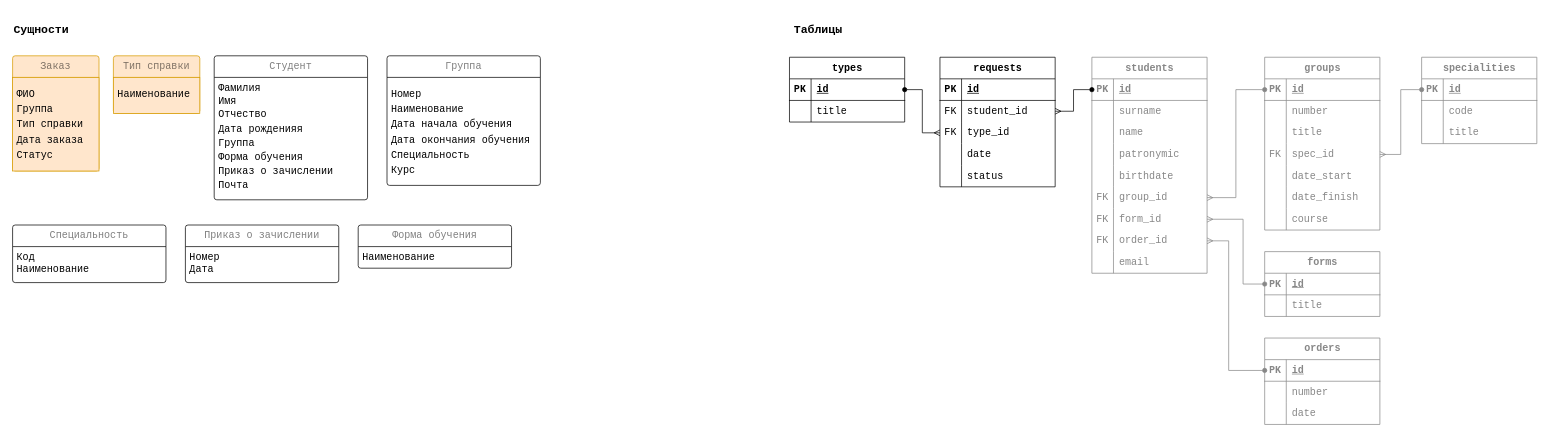
The draw.io diagram page "prima_db" (1 of 2) of docs/db.drawio in TiurinAleksandr/prima, before the edit. Source tidied: cells renumbered, new cells numbered last; positions are measured from the earlier drawing's top-left corner, leaving out a move shared by most shapes. Both pictures are drawn from the tidied source at 72%, with x=0, y=0 at pixel (12, 19).
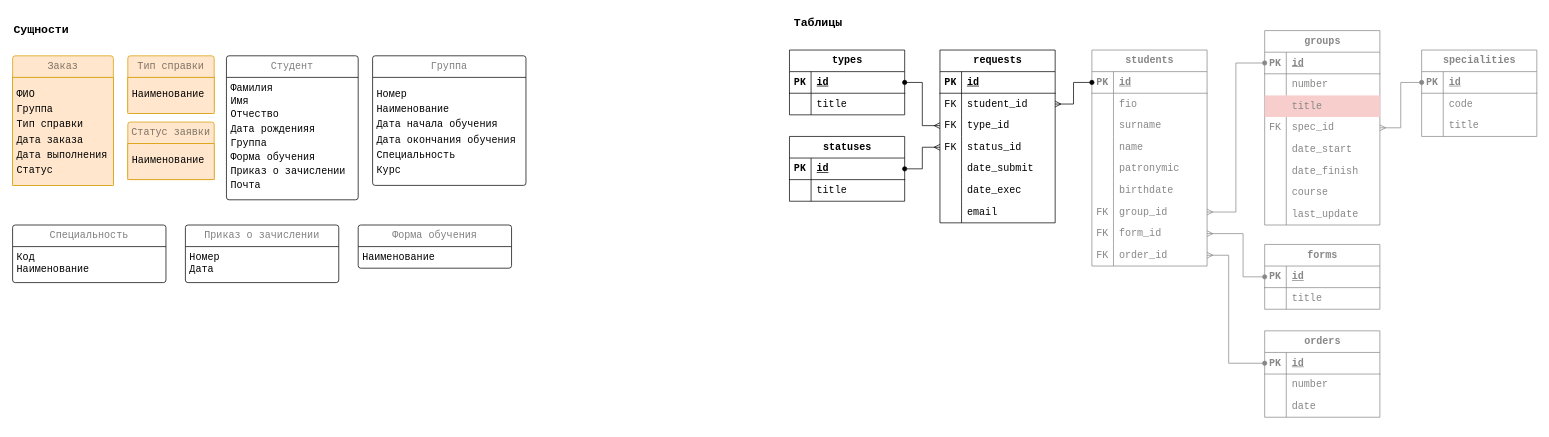
Above is the later version.

The change refers to these unchanged cells:
```xml
<mxCell id="102" style="shape=tableRow;horizontal=0;startSize=0;swimlaneHead=0;swimlaneBody=0;fillColor=none;points=[[0,0.5],[1,0.5]];portConstraint=eastwest;top=0;left=0;right=0;bottom=1;fontFamily=Courier New;fontSize=14;strokeColor=#878787;fontColor=#878787;" parent="101" vertex="1">
  <mxGeometry y="30" width="160" height="30" as="geometry" />
</mxCell>
<mxCell id="112" style="shape=tableRow;horizontal=0;startSize=0;swimlaneHead=0;swimlaneBody=0;fillColor=none;points=[[0,0.5],[1,0.5]];portConstraint=eastwest;top=0;left=0;right=0;bottom=1;fontFamily=Courier New;fontSize=14;strokeColor=#878787;fontColor=#878787;" parent="111" vertex="1">
  <mxGeometry y="30" width="160" height="30" as="geometry" />
</mxCell>
```

Change to the diagram source:
```diff
@@
     <mxCell id="2" value="requests" style="shape=table;startSize=30;childLayout=tableLayout;rowLines=0;fontStyle=1;align=center;html=1;fontFamily=Courier New;fontSize=14;" parent="1" vertex="1">
-      <mxGeometry x="1288" y="52" width="160" height="180" as="geometry" />
+      <mxGeometry x="1288" y="42" width="160" height="240" as="geometry" />
     </mxCell>
@@
+    <mxCell id="15" style="shape=tableRow;horizontal=0;startSize=0;swimlaneHead=0;swimlaneBody=0;fillColor=none;points=[[0,0.5],[1,0.5]];portConstraint=eastwest;top=0;left=0;right=0;bottom=0;fontFamily=Courier New;fontSize=14;" parent="2" vertex="1">
+      <mxGeometry y="120" width="160" height="30" as="geometry" />
+    </mxCell>
+    <mxCell id="16" value="FK" style="shape=partialRectangle;fillColor=none;top=0;left=0;bottom=0;right=0;overflow=hidden;whiteSpace=wrap;html=1;fontFamily=Courier New;fontSize=14;" parent="15" vertex="1">
+      <mxGeometry width="30" height="30" as="geometry" />
+    </mxCell>
+    <mxCell id="17" value="status_id" style="shape=partialRectangle;fillColor=none;top=0;left=0;bottom=0;right=0;align=left;spacingLeft=6;overflow=hidden;whiteSpace=wrap;html=1;fontFamily=Courier New;fontSize=14;" parent="15" vertex="1">
+      <mxGeometry x="30" width="130" height="30" as="geometry" />
+    </mxCell>
     <mxCell id="12" style="shape=tableRow;horizontal=0;startSize=0;swimlaneHead=0;swimlaneBody=0;fillColor=none;top=0;left=0;right=0;bottom=0;fontFamily=Courier New;fontSize=14;" parent="2" vertex="1">
-      <mxGeometry y="120" width="160" height="30" as="geometry" />
+      <mxGeometry y="150" width="160" height="30" as="geometry" />
     </mxCell>
@@
-    <mxCell id="14" value="date" style="shape=partialRectangle;fillColor=none;top=0;left=0;bottom=0;right=0;align=left;spacingLeft=6;overflow=hidden;whiteSpace=wrap;html=1;fontFamily=Courier New;fontSize=14;" parent="12" vertex="1">
+    <mxCell id="14" value="date_submit" style="shape=partialRectangle;fillColor=none;top=0;left=0;bottom=0;right=0;align=left;spacingLeft=6;overflow=hidden;whiteSpace=wrap;html=1;fontFamily=Courier New;fontSize=14;" parent="12" vertex="1">
       <mxGeometry x="30" width="130" height="30" as="geometry" />
     </mxCell>
-    <mxCell id="15" style="shape=tableRow;horizontal=0;startSize=0;swimlaneHead=0;swimlaneBody=0;fillColor=none;points=[[0,0.5],[1,0.5]];portConstraint=eastwest;top=0;left=0;right=0;bottom=0;fontFamily=Courier New;fontSize=14;" parent="2" vertex="1">
-      <mxGeometry y="150" width="160" height="30" as="geometry" />
-    </mxCell>
-    <mxCell id="16" style="shape=partialRectangle;fillColor=none;top=0;left=0;bottom=0;right=0;overflow=hidden;whiteSpace=wrap;html=1;fontFamily=Courier New;fontSize=14;" parent="15" vertex="1">
-      <mxGeometry width="30" height="30" as="geometry" />
-    </mxCell>
-    <mxCell id="17" value="status" style="shape=partialRectangle;fillColor=none;top=0;left=0;bottom=0;right=0;align=left;spacingLeft=6;overflow=hidden;whiteSpace=wrap;html=1;fontFamily=Courier New;fontSize=14;" parent="15" vertex="1">
-      <mxGeometry x="30" width="130" height="30" as="geometry" />
-    </mxCell>
+    <mxCell id="124" style="shape=tableRow;horizontal=0;startSize=0;swimlaneHead=0;swimlaneBody=0;fillColor=none;top=0;left=0;right=0;bottom=0;fontFamily=Courier New;fontSize=14;" parent="2" vertex="1">
+      <mxGeometry y="180" width="160" height="30" as="geometry" />
+    </mxCell>
+    <mxCell id="125" style="shape=partialRectangle;fillColor=none;top=0;left=0;bottom=0;right=0;overflow=hidden;whiteSpace=wrap;html=1;fontFamily=Courier New;fontSize=14;" parent="124" vertex="1">
+      <mxGeometry width="30" height="30" as="geometry" />
+    </mxCell>
+    <mxCell id="126" value="date_exec" style="shape=partialRectangle;fillColor=none;top=0;left=0;bottom=0;right=0;align=left;spacingLeft=6;overflow=hidden;whiteSpace=wrap;html=1;fontFamily=Courier New;fontSize=14;" parent="124" vertex="1">
+      <mxGeometry x="30" width="130" height="30" as="geometry" />
+    </mxCell>
+    <mxCell id="96" style="shape=tableRow;horizontal=0;startSize=0;swimlaneHead=0;swimlaneBody=0;fillColor=none;top=0;left=0;right=0;bottom=0;fontFamily=Courier New;fontSize=14;strokeColor=#878787;fontColor=#878787;" parent="2" vertex="1">
+      <mxGeometry y="210" width="160" height="30" as="geometry" />
+    </mxCell>
+    <mxCell id="97" style="shape=partialRectangle;fillColor=none;top=0;left=0;bottom=0;right=0;overflow=hidden;whiteSpace=wrap;html=1;fontFamily=Courier New;fontSize=14;strokeColor=#878787;fontColor=#878787;" parent="96" vertex="1">
+      <mxGeometry width="30" height="30" as="geometry" />
+    </mxCell>
+    <mxCell id="98" value="&lt;font color=&quot;#000000&quot;&gt;email&lt;/font&gt;" style="shape=partialRectangle;fillColor=none;top=0;left=0;bottom=0;right=0;align=left;spacingLeft=6;overflow=hidden;whiteSpace=wrap;html=1;fontFamily=Courier New;fontSize=14;strokeColor=#000000;fontColor=#878787;" parent="96" vertex="1">
+      <mxGeometry x="30" width="130" height="30" as="geometry" />
+    </mxCell>
     <mxCell id="18" value="Заказ" style="swimlane;horizontal=1;startSize=30;rounded=1;fontSize=14;fontStyle=0;strokeWidth=1;shadow=0;dashed=0;align=center;arcSize=4;whiteSpace=wrap;html=1;fontFamily=Courier New;labelBorderColor=none;textOpacity=50;fillColor=#ffe6cc;strokeColor=#d79b00;" parent="1" vertex="1">
-      <mxGeometry y="50" width="120" height="160" as="geometry" />
+      <mxGeometry y="50" width="140" height="180" as="geometry" />
     </mxCell>
-    <mxCell id="19" value="&lt;p style=&quot;line-height: 50%;&quot;&gt;ФИО&lt;/p&gt;&lt;p style=&quot;line-height: 50%;&quot;&gt;Группа&lt;/p&gt;&lt;p style=&quot;line-height: 50%;&quot;&gt;Тип справки&lt;/p&gt;&lt;p style=&quot;line-height: 50%;&quot;&gt;Дата заказа&lt;/p&gt;&lt;p style=&quot;line-height: 50%;&quot;&gt;Статус&lt;/p&gt;" style="align=left;strokeColor=#d79b00;fillColor=#ffe6cc;spacingLeft=4;fontSize=14;verticalAlign=top;html=1;fontFamily=Courier New;" parent="18" vertex="1">
-      <mxGeometry y="30" width="120" height="130" as="geometry" />
+    <mxCell id="19" value="&lt;p style=&quot;line-height: 50%;&quot;&gt;ФИО&lt;/p&gt;&lt;p style=&quot;line-height: 50%;&quot;&gt;Группа&lt;/p&gt;&lt;p style=&quot;line-height: 50%;&quot;&gt;Тип справки&lt;/p&gt;&lt;p style=&quot;line-height: 50%;&quot;&gt;Дата заказа&lt;/p&gt;&lt;p style=&quot;line-height: 50%;&quot;&gt;Дата выполнения&lt;/p&gt;&lt;p style=&quot;line-height: 50%;&quot;&gt;Статус&lt;/p&gt;" style="align=left;strokeColor=#d79b00;fillColor=#ffe6cc;spacingLeft=4;fontSize=14;verticalAlign=top;html=1;fontFamily=Courier New;" parent="18" vertex="1">
+      <mxGeometry y="30" width="140" height="150" as="geometry" />
     </mxCell>
@@
     <mxCell id="21" value="Тип справки" style="swimlane;horizontal=1;startSize=30;rounded=1;fontSize=14;fontStyle=0;strokeWidth=1;shadow=0;dashed=0;align=center;arcSize=4;whiteSpace=wrap;html=1;fontFamily=Courier New;labelBorderColor=none;textOpacity=50;fillColor=#ffe6cc;strokeColor=#d79b00;" parent="1" vertex="1">
-      <mxGeometry x="140" y="50" width="120" height="80" as="geometry" />
+      <mxGeometry x="160" y="50" width="120" height="80" as="geometry" />
     </mxCell>
@@
     <mxCell id="23" value="Группа" style="swimlane;horizontal=1;startSize=30;rounded=1;fontSize=14;fontStyle=0;strokeWidth=1;shadow=0;dashed=0;align=center;arcSize=4;whiteSpace=wrap;html=1;fontFamily=Courier New;labelBorderColor=none;textOpacity=50;" parent="1" vertex="1">
-      <mxGeometry x="520" y="50" width="213" height="180" as="geometry" />
+      <mxGeometry x="500" y="50" width="213" height="180" as="geometry" />
     </mxCell>
@@
     <mxCell id="27" value="Студент" style="swimlane;horizontal=1;startSize=30;rounded=1;fontSize=14;fontStyle=0;strokeWidth=1;shadow=0;dashed=0;align=center;arcSize=4;whiteSpace=wrap;html=1;fontFamily=Courier New;labelBorderColor=none;textOpacity=50;" parent="1" vertex="1">
-      <mxGeometry x="280" y="50" width="213" height="200" as="geometry" />
+      <mxGeometry x="297" y="50" width="183" height="200" as="geometry" />
     </mxCell>
     <mxCell id="28" value="Фамилия&lt;div style=&quot;line-height: 140%;&quot;&gt;Имя&lt;/div&gt;&lt;div style=&quot;line-height: 140%;&quot;&gt;Отчество&lt;/div&gt;&lt;div style=&quot;line-height: 140%;&quot;&gt;Дата рожденияя&lt;/div&gt;&lt;div style=&quot;line-height: 140%;&quot;&gt;Группа&lt;/div&gt;&lt;div style=&quot;line-height: 140%;&quot;&gt;Форма обучения&lt;/div&gt;&lt;div style=&quot;line-height: 140%;&quot;&gt;Приказ о зачислении&lt;/div&gt;&lt;div style=&quot;line-height: 140%;&quot;&gt;Почта&lt;/div&gt;" style="align=left;strokeColor=none;fillColor=none;spacingLeft=4;fontSize=14;verticalAlign=top;html=1;fontFamily=Courier New;" parent="27" vertex="1">
-      <mxGeometry y="30" width="213" height="170" as="geometry" />
+      <mxGeometry y="30" width="183" height="170" as="geometry" />
     </mxCell>
@@
     <mxCell id="31" value="Таблицы" style="text;html=1;align=center;verticalAlign=middle;whiteSpace=wrap;rounded=0;fontFamily=Courier New;fontSize=16;fontStyle=1;horizontal=1;" parent="1" vertex="1">
-      <mxGeometry x="1079" width="80" height="30" as="geometry" />
+      <mxGeometry x="1079" y="-10" width="80" height="30" as="geometry" />
     </mxCell>
     <mxCell id="32" value="types" style="shape=table;startSize=30;childLayout=tableLayout;rowLines=0;fontStyle=1;align=center;html=1;fontFamily=Courier New;fontSize=14;" parent="1" vertex="1">
-      <mxGeometry x="1079" y="52" width="160" height="90" as="geometry" />
+      <mxGeometry x="1079" y="42" width="160" height="90" as="geometry" />
     </mxCell>
@@
     <mxCell id="39" value="groups" style="shape=table;startSize=30;childLayout=tableLayout;rowLines=0;fontStyle=1;align=center;html=1;fontFamily=Courier New;fontSize=14;strokeColor=#878787;fontColor=#878787;" parent="1" vertex="1">
-      <mxGeometry x="1739" y="52" width="160" height="240" as="geometry" />
+      <mxGeometry x="1739" y="15" width="160" height="270" as="geometry" />
     </mxCell>
@@
-    <mxCell id="46" style="shape=tableRow;horizontal=0;startSize=0;swimlaneHead=0;swimlaneBody=0;fillColor=none;top=0;left=0;right=0;bottom=0;fontFamily=Courier New;fontSize=14;strokeColor=#878787;fontColor=#878787;" parent="39" vertex="1">
+    <mxCell id="46" style="shape=tableRow;horizontal=0;startSize=0;swimlaneHead=0;swimlaneBody=0;fillColor=#f8cecc;top=0;left=0;right=0;bottom=0;fontFamily=Courier New;fontSize=14;strokeColor=#b85450;" parent="39" vertex="1">
       <mxGeometry y="90" width="160" height="30" as="geometry" />
     </mxCell>
@@
+    <mxCell id="127" style="shape=tableRow;horizontal=0;startSize=0;swimlaneHead=0;swimlaneBody=0;fillColor=none;top=0;left=0;right=0;bottom=0;fontFamily=Courier New;fontSize=14;strokeColor=#878787;fontColor=#878787;" parent="39" vertex="1">
+      <mxGeometry y="240" width="160" height="30" as="geometry" />
+    </mxCell>
+    <mxCell id="128" style="shape=partialRectangle;fillColor=none;top=0;left=0;bottom=0;right=0;overflow=hidden;whiteSpace=wrap;html=1;fontFamily=Courier New;fontSize=14;strokeColor=#878787;fontColor=#878787;" parent="127" vertex="1">
+      <mxGeometry width="30" height="30" as="geometry" />
+    </mxCell>
+    <mxCell id="129" value="last_u&lt;span style=&quot;background-color: initial;&quot;&gt;pdate&lt;/span&gt;" style="shape=partialRectangle;fillColor=none;top=0;left=0;bottom=0;right=0;align=left;spacingLeft=6;overflow=hidden;whiteSpace=wrap;html=1;fontFamily=Courier New;fontSize=14;strokeColor=#878787;fontColor=#878787;" parent="127" vertex="1">
+      <mxGeometry x="30" width="130" height="30" as="geometry" />
+    </mxCell>
     <mxCell id="61" value="specialities" style="shape=table;startSize=30;childLayout=tableLayout;rowLines=0;fontStyle=1;align=center;html=1;fontFamily=Courier New;fontSize=14;strokeColor=#878787;fontColor=#878787;" parent="1" vertex="1">
-      <mxGeometry x="1957" y="52" width="160" height="120" as="geometry" />
+      <mxGeometry x="1957" y="42" width="160" height="120" as="geometry" />
     </mxCell>
@@
     <mxCell id="71" value="students" style="shape=table;startSize=30;childLayout=tableLayout;rowLines=0;fontStyle=1;align=center;html=1;fontFamily=Courier New;fontSize=14;strokeColor=#878787;fontColor=#878787;" parent="1" vertex="1">
-      <mxGeometry x="1499" y="52" width="160" height="300" as="geometry" />
+      <mxGeometry x="1499" y="42" width="160" height="300" as="geometry" />
     </mxCell>
@@
+    <mxCell id="130" style="shape=tableRow;horizontal=0;startSize=0;swimlaneHead=0;swimlaneBody=0;fillColor=none;top=0;left=0;right=0;bottom=0;fontFamily=Courier New;fontSize=14;strokeColor=#878787;fontColor=#878787;" parent="71" vertex="1">
+      <mxGeometry y="60" width="160" height="30" as="geometry" />
+    </mxCell>
+    <mxCell id="131" style="shape=partialRectangle;fillColor=none;top=0;left=0;bottom=0;right=0;overflow=hidden;whiteSpace=wrap;html=1;fontFamily=Courier New;fontSize=14;strokeColor=#878787;fontColor=#878787;" parent="130" vertex="1">
+      <mxGeometry width="30" height="30" as="geometry" />
+    </mxCell>
+    <mxCell id="132" value="fio" style="shape=partialRectangle;fillColor=none;top=0;left=0;bottom=0;right=0;align=left;spacingLeft=6;overflow=hidden;whiteSpace=wrap;html=1;fontFamily=Courier New;fontSize=14;strokeColor=#878787;fontColor=#878787;" parent="130" vertex="1">
+      <mxGeometry x="30" width="130" height="30" as="geometry" />
+    </mxCell>
     <mxCell id="75" style="shape=tableRow;horizontal=0;startSize=0;swimlaneHead=0;swimlaneBody=0;fillColor=none;top=0;left=0;right=0;bottom=0;fontFamily=Courier New;fontSize=14;strokeColor=#878787;fontColor=#878787;" parent="71" vertex="1">
-      <mxGeometry y="60" width="160" height="30" as="geometry" />
+      <mxGeometry y="90" width="160" height="30" as="geometry" />
     </mxCell>
@@
     <mxCell id="78" style="shape=tableRow;horizontal=0;startSize=0;swimlaneHead=0;swimlaneBody=0;fillColor=none;top=0;left=0;right=0;bottom=0;fontFamily=Courier New;fontSize=14;strokeColor=#878787;fontColor=#878787;" parent="71" vertex="1">
-      <mxGeometry y="90" width="160" height="30" as="geometry" />
+      <mxGeometry y="120" width="160" height="30" as="geometry" />
     </mxCell>
@@
     <mxCell id="81" style="shape=tableRow;horizontal=0;startSize=0;swimlaneHead=0;swimlaneBody=0;fillColor=none;top=0;left=0;right=0;bottom=0;fontFamily=Courier New;fontSize=14;strokeColor=#878787;fontColor=#878787;" parent="71" vertex="1">
-      <mxGeometry y="120" width="160" height="30" as="geometry" />
+      <mxGeometry y="150" width="160" height="30" as="geometry" />
     </mxCell>
@@
     <mxCell id="84" style="shape=tableRow;horizontal=0;startSize=0;swimlaneHead=0;swimlaneBody=0;fillColor=none;top=0;left=0;right=0;bottom=0;fontFamily=Courier New;fontSize=14;strokeColor=#878787;fontColor=#878787;" parent="71" vertex="1">
-      <mxGeometry y="150" width="160" height="30" as="geometry" />
+      <mxGeometry y="180" width="160" height="30" as="geometry" />
     </mxCell>
@@
     <mxCell id="87" style="shape=tableRow;horizontal=0;startSize=0;swimlaneHead=0;swimlaneBody=0;fillColor=none;points=[[0,0.5],[1,0.5]];portConstraint=eastwest;top=0;left=0;right=0;bottom=0;fontFamily=Courier New;fontSize=14;strokeColor=#878787;fontColor=#878787;" parent="71" vertex="1">
-      <mxGeometry y="180" width="160" height="30" as="geometry" />
+      <mxGeometry y="210" width="160" height="30" as="geometry" />
     </mxCell>
@@
     <mxCell id="90" style="shape=tableRow;horizontal=0;startSize=0;swimlaneHead=0;swimlaneBody=0;fillColor=none;points=[[0,0.5],[1,0.5]];portConstraint=eastwest;top=0;left=0;right=0;bottom=0;fontFamily=Courier New;fontSize=14;strokeColor=#878787;fontColor=#878787;" parent="71" vertex="1">
-      <mxGeometry y="210" width="160" height="30" as="geometry" />
+      <mxGeometry y="240" width="160" height="30" as="geometry" />
     </mxCell>
@@
     <mxCell id="93" style="shape=tableRow;horizontal=0;startSize=0;swimlaneHead=0;swimlaneBody=0;fillColor=none;points=[[0,0.5],[1,0.5]];portConstraint=eastwest;top=0;left=0;right=0;bottom=0;fontFamily=Courier New;fontSize=14;strokeColor=#878787;fontColor=#878787;" parent="71" vertex="1">
-      <mxGeometry y="240" width="160" height="30" as="geometry" />
+      <mxGeometry y="270" width="160" height="30" as="geometry" />
     </mxCell>
@@
-    <mxCell id="96" style="shape=tableRow;horizontal=0;startSize=0;swimlaneHead=0;swimlaneBody=0;fillColor=none;top=0;left=0;right=0;bottom=0;fontFamily=Courier New;fontSize=14;strokeColor=#878787;fontColor=#878787;" parent="71" vertex="1">
-      <mxGeometry y="270" width="160" height="30" as="geometry" />
-    </mxCell>
-    <mxCell id="97" style="shape=partialRectangle;fillColor=none;top=0;left=0;bottom=0;right=0;overflow=hidden;whiteSpace=wrap;html=1;fontFamily=Courier New;fontSize=14;strokeColor=#878787;fontColor=#878787;" parent="96" vertex="1">
-      <mxGeometry width="30" height="30" as="geometry" />
-    </mxCell>
-    <mxCell id="98" value="email" style="shape=partialRectangle;fillColor=none;top=0;left=0;bottom=0;right=0;align=left;spacingLeft=6;overflow=hidden;whiteSpace=wrap;html=1;fontFamily=Courier New;fontSize=14;strokeColor=#878787;fontColor=#878787;" parent="96" vertex="1">
-      <mxGeometry x="30" width="130" height="30" as="geometry" />
-    </mxCell>
@@
     <mxCell id="101" value="orders" style="shape=table;startSize=30;childLayout=tableLayout;rowLines=0;fontStyle=1;align=center;html=1;fontFamily=Courier New;fontSize=14;strokeColor=#878787;fontColor=#878787;" parent="1" vertex="1">
-      <mxGeometry x="1739" y="442" width="160" height="120" as="geometry" />
+      <mxGeometry x="1739" y="432" width="160" height="120" as="geometry" />
     </mxCell>
@@
     <mxCell id="111" value="forms" style="shape=table;startSize=30;childLayout=tableLayout;rowLines=0;fontStyle=1;align=center;html=1;fontFamily=Courier New;fontSize=14;strokeColor=#878787;fontColor=#878787;" parent="1" vertex="1">
-      <mxGeometry x="1739" y="322" width="160" height="90" as="geometry" />
+      <mxGeometry x="1739" y="312" width="160" height="90" as="geometry" />
     </mxCell>
@@
-    <mxCell id="121" style="edgeStyle=orthogonalEdgeStyle;rounded=0;jettySize=auto;html=1;exitX=1;exitY=0.5;exitDx=0;exitDy=0;entryX=0;entryY=0.5;entryDx=0;entryDy=0;endArrow=oval;endFill=1;startArrow=ERmany;startFill=0;strokeColor=#878787;fontColor=#878787;" parent="1" edge="1" source="90" target="112">
+    <mxCell id="121" style="edgeStyle=orthogonalEdgeStyle;rounded=0;jettySize=auto;html=1;entryX=0;entryY=0.5;entryDx=0;entryDy=0;endArrow=oval;endFill=1;startArrow=ERmany;startFill=0;strokeColor=#878787;fontColor=#878787;" parent="1" edge="1" target="112">
       <mxGeometry relative="1" as="geometry">
+        <mxPoint x="1659" y="297" as="sourcePoint" />
         <Array as="points">
-          <mxPoint x="1709" y="277" />
-          <mxPoint x="1709" y="367" />
+          <mxPoint x="1709" y="297" />
+          <mxPoint x="1709" y="357" />
         </Array>
       </mxGeometry>
     </mxCell>
     <mxCell id="122" style="edgeStyle=orthogonalEdgeStyle;rounded=0;jettySize=auto;html=1;exitX=1;exitY=0.5;exitDx=0;exitDy=0;entryX=0;entryY=0.5;entryDx=0;entryDy=0;endArrow=oval;endFill=1;startArrow=ERmany;startFill=0;strokeColor=#878787;fontColor=#878787;" parent="1" edge="1" source="93" target="102">
       <mxGeometry relative="1" as="geometry">
         <Array as="points">
-          <mxPoint x="1689" y="307" />
-          <mxPoint x="1689" y="487" />
+          <mxPoint x="1689" y="327" />
+          <mxPoint x="1689" y="477" />
         </Array>
       </mxGeometry>
     </mxCell>
@@
+    <mxCell id="133" value="statuses" style="shape=table;startSize=30;childLayout=tableLayout;rowLines=0;fontStyle=1;align=center;html=1;fontFamily=Courier New;fontSize=14;" parent="1" vertex="1">
+      <mxGeometry x="1079" y="162" width="160" height="90" as="geometry" />
+    </mxCell>
+    <mxCell id="134" style="shape=tableRow;horizontal=0;startSize=0;swimlaneHead=0;swimlaneBody=0;fillColor=none;points=[[0,0.5],[1,0.5]];portConstraint=eastwest;top=0;left=0;right=0;bottom=1;fontFamily=Courier New;fontSize=14;" parent="133" vertex="1">
+      <mxGeometry y="30" width="160" height="30" as="geometry" />
+    </mxCell>
+    <mxCell id="135" value="PK" style="shape=partialRectangle;fillColor=none;top=0;left=0;bottom=0;right=0;fontStyle=1;overflow=hidden;whiteSpace=wrap;html=1;fontFamily=Courier New;fontSize=14;" parent="134" vertex="1">
+      <mxGeometry width="30" height="30" as="geometry" />
+    </mxCell>
+    <mxCell id="136" value="id" style="shape=partialRectangle;fillColor=none;top=0;left=0;bottom=0;right=0;align=left;spacingLeft=6;fontStyle=5;overflow=hidden;whiteSpace=wrap;html=1;fontFamily=Courier New;fontSize=14;" parent="134" vertex="1">
+      <mxGeometry x="30" width="130" height="30" as="geometry" />
+    </mxCell>
+    <mxCell id="137" style="shape=tableRow;horizontal=0;startSize=0;swimlaneHead=0;swimlaneBody=0;fillColor=none;top=0;left=0;right=0;bottom=0;fontFamily=Courier New;fontSize=14;" parent="133" vertex="1">
+      <mxGeometry y="60" width="160" height="30" as="geometry" />
+    </mxCell>
+    <mxCell id="138" style="shape=partialRectangle;fillColor=none;top=0;left=0;bottom=0;right=0;overflow=hidden;whiteSpace=wrap;html=1;fontFamily=Courier New;fontSize=14;" parent="137" vertex="1">
+      <mxGeometry width="30" height="30" as="geometry" />
+    </mxCell>
+    <mxCell id="139" value="title" style="shape=partialRectangle;fillColor=none;top=0;left=0;bottom=0;right=0;align=left;spacingLeft=6;overflow=hidden;whiteSpace=wrap;html=1;fontFamily=Courier New;fontSize=14;" parent="137" vertex="1">
+      <mxGeometry x="30" width="130" height="30" as="geometry" />
+    </mxCell>
+    <mxCell id="140" style="edgeStyle=orthogonalEdgeStyle;rounded=0;jettySize=auto;html=1;exitX=0;exitY=0.5;exitDx=0;exitDy=0;entryX=1;entryY=0.5;entryDx=0;entryDy=0;endArrow=oval;endFill=1;startArrow=ERmany;startFill=0;" parent="1" edge="1" source="15" target="134">
+      <mxGeometry relative="1" as="geometry" />
+    </mxCell>
+    <mxCell id="141" value="Статус заявки" style="swimlane;horizontal=1;startSize=30;rounded=1;fontSize=14;fontStyle=0;strokeWidth=1;shadow=0;dashed=0;align=center;arcSize=4;whiteSpace=wrap;html=1;fontFamily=Courier New;labelBorderColor=none;textOpacity=50;fillColor=#ffe6cc;strokeColor=#d79b00;" parent="1" vertex="1">
+      <mxGeometry x="160" y="142" width="120" height="80" as="geometry" />
+    </mxCell>
+    <mxCell id="142" value="&lt;p style=&quot;line-height: 50%;&quot;&gt;Наименование&lt;/p&gt;" style="align=left;strokeColor=#d79b00;fillColor=#ffe6cc;spacingLeft=4;fontSize=14;verticalAlign=top;html=1;fontFamily=Courier New;" parent="141" vertex="1">
+      <mxGeometry y="30" width="120" height="50" as="geometry" />
+    </mxCell>
```
